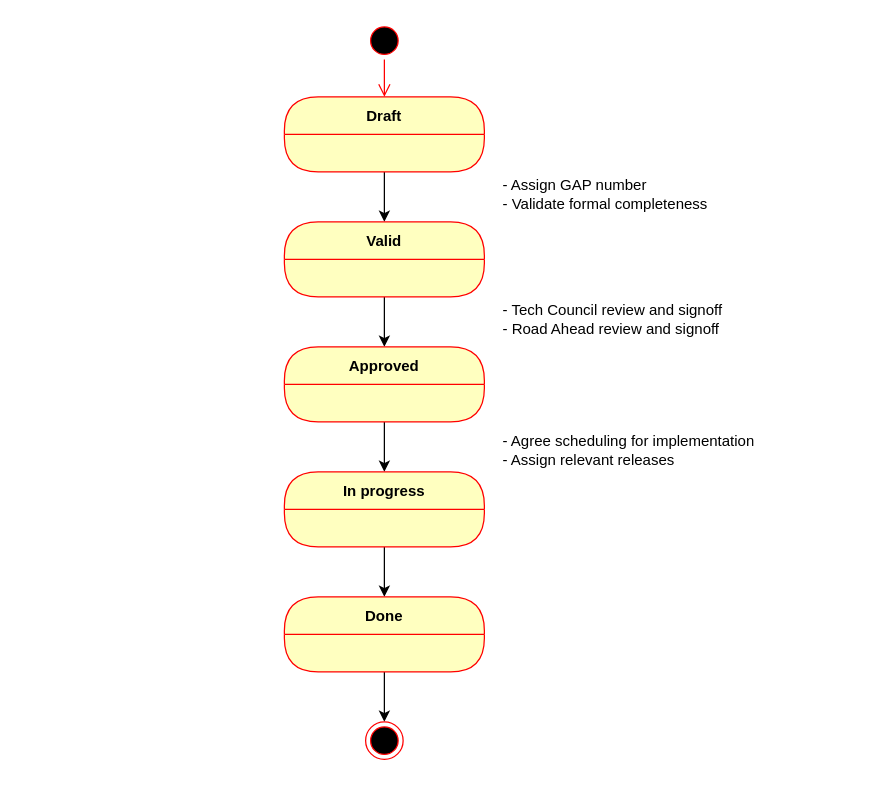
Before: gaps/gap-1_gap_process/gap_process.drawio in golemfactory/golem-architecture, a draw.io diagram. Source tidied: cells renumbered, new cells numbered last; positions are measured from the earlier drawing's top-left corner, leaving out a move shared by most shapes. Both pictures are drawn from the tidied source at 125%, with x=0, y=0 at pixel (284, 21).
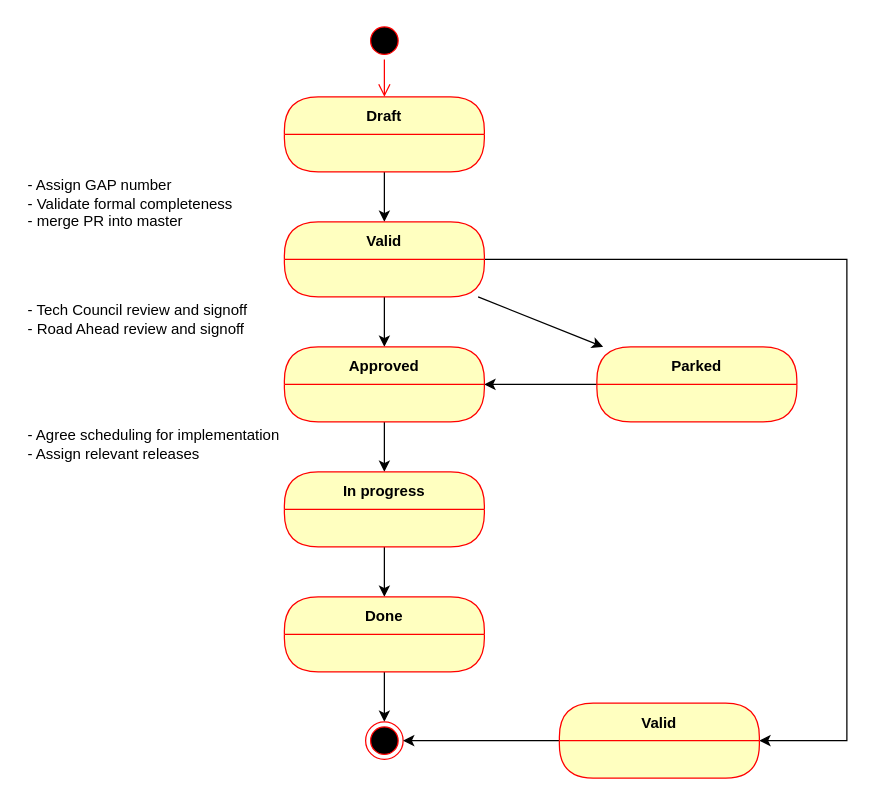
The same page after the edit.

Commit message (it also covers changes not shown here):
Tweaks to GAP process afgter TechCouncil

Unchanged cells that the change refers to:
```xml
<mxCell id="7" value="Valid" style="swimlane;fontStyle=1;align=center;verticalAlign=middle;horizontal=1;startSize=30;fontColor=#000000;rounded=1;arcSize=30;strokeColor=#ff0000;fillColor=#ffffc0;swimlaneFillColor=#ffffc0;" parent="1" vertex="1">
  <mxGeometry y="160" width="160" height="60" as="geometry" />
</mxCell>
<mxCell id="9" value="Approved" style="swimlane;fontStyle=1;align=center;verticalAlign=middle;horizontal=1;startSize=30;fontColor=#000000;rounded=1;arcSize=30;strokeColor=#ff0000;fillColor=#ffffc0;swimlaneFillColor=#ffffc0;" parent="1" vertex="1">
  <mxGeometry y="260" width="160" height="60" as="geometry" />
</mxCell>
<mxCell id="14" style="ellipse;html=1;shape=endState;fillColor=#000000;strokeColor=#ff0000;" parent="1" vertex="1">
  <mxGeometry x="65" y="560" width="30" height="30" as="geometry" />
</mxCell>
```

The edit, as a diff of the source:
```diff
@@
+    <mxCell id="18" style="rounded=0;jettySize=auto;html=1;" parent="1" edge="1" source="7" target="21">
+      <mxGeometry relative="1" as="geometry" />
+    </mxCell>
+    <mxCell id="19" style="edgeStyle=orthogonalEdgeStyle;rounded=0;jettySize=auto;html=1;" parent="1" edge="1" source="7" target="23">
+      <mxGeometry relative="1" as="geometry">
+        <Array as="points">
+          <mxPoint x="450" y="190" />
+          <mxPoint x="450" y="575" />
+        </Array>
+      </mxGeometry>
+    </mxCell>
@@
-    <mxCell id="15" value="&lt;br&gt;- Assign GAP number&lt;br&gt;- Validate formal completeness" style="text;html=1;strokeColor=none;fillColor=none;spacing=5;spacingTop=-20;whiteSpace=wrap;overflow=hidden;rounded=0;" parent="1" vertex="1">
-      <mxGeometry x="170" y="120" width="190" height="70" as="geometry" />
+    <mxCell id="15" value="&lt;br&gt;- Assign GAP number&lt;br&gt;- Validate formal completeness&lt;br&gt;- merge PR into master" style="text;html=1;strokeColor=none;fillColor=none;spacing=5;spacingTop=-20;whiteSpace=wrap;overflow=hidden;rounded=0;" parent="1" vertex="1">
+      <mxGeometry x="-210" y="120" width="190" height="70" as="geometry" />
     </mxCell>
     <mxCell id="16" value="&lt;br&gt;- Tech Council review and signoff&lt;br&gt;- Road Ahead review and signoff" style="text;html=1;strokeColor=none;fillColor=none;spacing=5;spacingTop=-20;whiteSpace=wrap;overflow=hidden;rounded=0;" parent="1" vertex="1">
-      <mxGeometry x="170" y="220" width="190" height="70" as="geometry" />
+      <mxGeometry x="-210" y="220" width="190" height="70" as="geometry" />
     </mxCell>
     <mxCell id="17" value="&lt;br&gt;- Agree scheduling for implementation&lt;br&gt;- Assign relevant releases" style="text;html=1;strokeColor=none;fillColor=none;spacing=5;spacingTop=-20;whiteSpace=wrap;overflow=hidden;rounded=0;" parent="1" vertex="1">
-      <mxGeometry x="170" y="325" width="220" height="70" as="geometry" />
+      <mxGeometry x="-210" y="320" width="220" height="70" as="geometry" />
     </mxCell>
+    <mxCell id="20" style="rounded=0;jettySize=auto;html=1;entryX=1;entryY=0.5;entryDx=0;entryDy=0;" parent="1" edge="1" source="21" target="9">
+      <mxGeometry relative="1" as="geometry" />
+    </mxCell>
+    <mxCell id="21" value="Parked" style="swimlane;fontStyle=1;align=center;verticalAlign=middle;horizontal=1;startSize=30;fontColor=#000000;rounded=1;arcSize=30;strokeColor=#ff0000;fillColor=#ffffc0;swimlaneFillColor=#ffffc0;" parent="1" vertex="1">
+      <mxGeometry x="250" y="260" width="160" height="60" as="geometry" />
+    </mxCell>
+    <mxCell id="22" style="edgeStyle=orthogonalEdgeStyle;rounded=0;jettySize=auto;html=1;entryX=1;entryY=0.5;entryDx=0;entryDy=0;" parent="1" edge="1" source="23" target="14">
+      <mxGeometry relative="1" as="geometry" />
+    </mxCell>
+    <mxCell id="23" value="Valid" style="swimlane;fontStyle=1;align=center;verticalAlign=middle;horizontal=1;startSize=30;fontColor=#000000;rounded=1;arcSize=30;strokeColor=#ff0000;fillColor=#ffffc0;swimlaneFillColor=#ffffc0;" parent="1" vertex="1">
+      <mxGeometry x="220" y="545" width="160" height="60" as="geometry" />
+    </mxCell>
```
